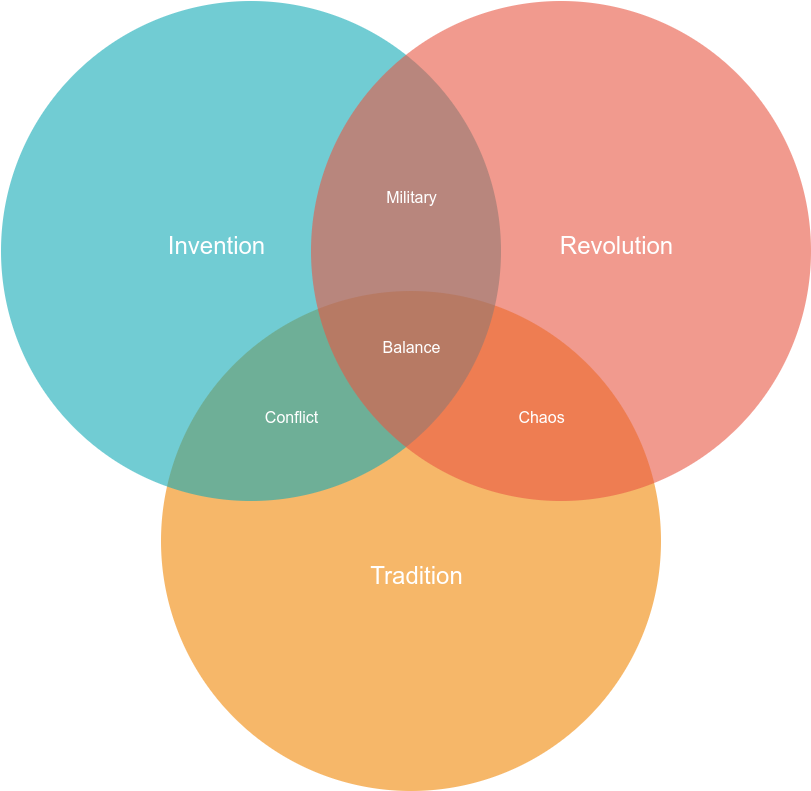
Earlier version of the draw.io export diagrams/computer_science_vs_math_vs_domain_expertise.drawio.png (ryndovaira-org/data_science_lectures). Source tidied: cells renumbered, new cells last; positions are measured from the earlier drawing's top-left corner, leaving out a move shared by most shapes. Source of this version:
```xml
<mxGraphModel>
  <root>
    <mxCell id="0" />
    <mxCell id="1" parent="0" />
    <mxCell id="2" style="ellipse;fillColor=#F08705;opacity=60;strokeColor=none;html=1;fontColor=#FFFFFF;" parent="1" vertex="1">
      <mxGeometry x="159.5" y="290.5" width="500" height="500" as="geometry" />
    </mxCell>
    <mxCell id="3" style="ellipse;fillColor=#12AAB5;opacity=60;strokeColor=none;html=1;fontColor=#FFFFFF;" parent="1" vertex="1">
      <mxGeometry x="-0.5" y="0.5" width="500" height="500" as="geometry" />
    </mxCell>
    <mxCell id="4" style="ellipse;fillColor=#e85642;opacity=60;strokeColor=none;html=1;fontColor=#FFFFFF;" parent="1" vertex="1">
      <mxGeometry x="309.5" y="0.5" width="500" height="500" as="geometry" />
    </mxCell>
    <mxCell id="5" value="Invention" style="text;fontSize=24;align=center;verticalAlign=middle;html=1;fontColor=#FFFFFF;" parent="1" vertex="1">
      <mxGeometry x="119.5" y="210.5" width="190" height="70" as="geometry" />
    </mxCell>
    <mxCell id="6" value="Revolution" style="text;fontSize=24;align=center;verticalAlign=middle;html=1;fontColor=#FFFFFF;" parent="1" vertex="1">
      <mxGeometry x="519.5" y="210.5" width="190" height="70" as="geometry" />
    </mxCell>
    <mxCell id="7" value="Tradition" style="text;fontSize=24;align=center;verticalAlign=middle;html=1;fontColor=#FFFFFF;" parent="1" vertex="1">
      <mxGeometry x="319.5" y="540.5" width="190" height="70" as="geometry" />
    </mxCell>
    <mxCell id="8" value="Military" style="text;align=center;html=1;fontColor=#FFFFFF;fontSize=16;" parent="1" vertex="1">
      <mxGeometry x="389.5" y="180.5" width="40" height="40" as="geometry" />
    </mxCell>
    <mxCell id="9" value="Conflict" style="text;align=center;html=1;fontColor=#FFFFFF;fontSize=16;" parent="1" vertex="1">
      <mxGeometry x="269.5" y="400.5" width="40" height="40" as="geometry" />
    </mxCell>
    <mxCell id="10" value="Chaos" style="text;align=center;html=1;fontColor=#FFFFFF;fontSize=16;" parent="1" vertex="1">
      <mxGeometry x="519.5" y="400.5" width="40" height="40" as="geometry" />
    </mxCell>
    <mxCell id="11" value="Balance" style="text;align=center;html=1;fontColor=#FFFFFF;fontSize=16;" parent="1" vertex="1">
      <mxGeometry x="389.5" y="330.5" width="40" height="40" as="geometry" />
    </mxCell>
  </root>
</mxGraphModel>
```
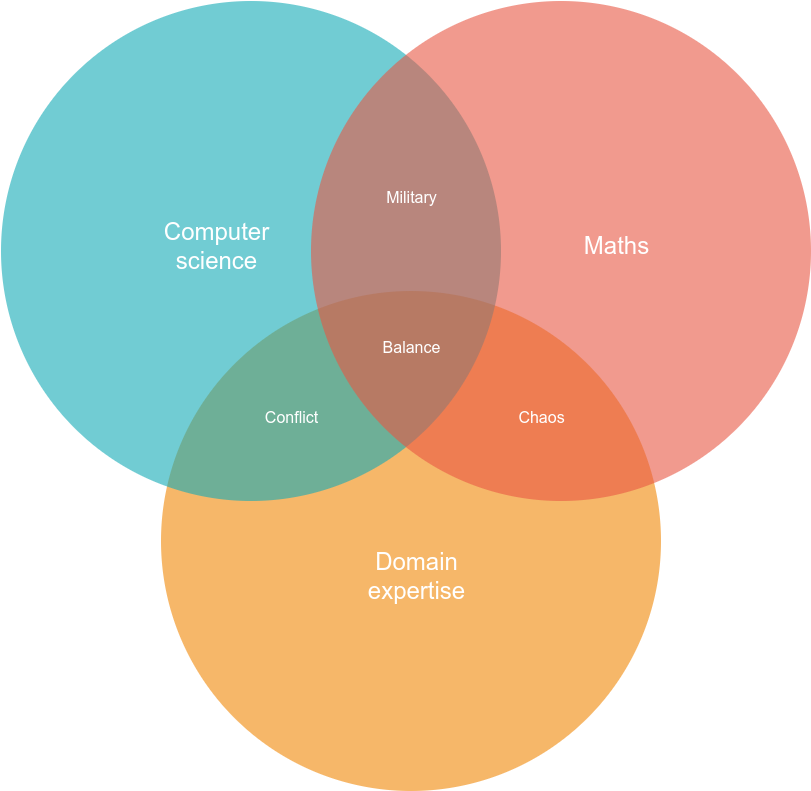
The same diagram one commit later.

The edit, as a diff of the source:
```diff
@@ -11,13 +11,13 @@
     <mxCell id="4" style="ellipse;fillColor=#e85642;opacity=60;strokeColor=none;html=1;fontColor=#FFFFFF;" parent="1" vertex="1">
       <mxGeometry x="309.5" y="0.5" width="500" height="500" as="geometry" />
     </mxCell>
-    <mxCell id="5" value="Invention" style="text;fontSize=24;align=center;verticalAlign=middle;html=1;fontColor=#FFFFFF;" parent="1" vertex="1">
+    <mxCell id="5" value="&lt;div&gt;Computer&lt;/div&gt;&lt;div&gt;science&lt;/div&gt;" style="text;fontSize=24;align=center;verticalAlign=middle;html=1;fontColor=#FFFFFF;" parent="1" vertex="1">
       <mxGeometry x="119.5" y="210.5" width="190" height="70" as="geometry" />
     </mxCell>
-    <mxCell id="6" value="Revolution" style="text;fontSize=24;align=center;verticalAlign=middle;html=1;fontColor=#FFFFFF;" parent="1" vertex="1">
+    <mxCell id="6" value="Maths" style="text;fontSize=24;align=center;verticalAlign=middle;html=1;fontColor=#FFFFFF;" parent="1" vertex="1">
       <mxGeometry x="519.5" y="210.5" width="190" height="70" as="geometry" />
     </mxCell>
-    <mxCell id="7" value="Tradition" style="text;fontSize=24;align=center;verticalAlign=middle;html=1;fontColor=#FFFFFF;" parent="1" vertex="1">
+    <mxCell id="7" value="&lt;div&gt;Domain&lt;/div&gt;&lt;div&gt;expertise&lt;/div&gt;" style="text;fontSize=24;align=center;verticalAlign=middle;html=1;fontColor=#FFFFFF;" parent="1" vertex="1">
       <mxGeometry x="319.5" y="540.5" width="190" height="70" as="geometry" />
     </mxCell>
     <mxCell id="8" value="Military" style="text;align=center;html=1;fontColor=#FFFFFF;fontSize=16;" parent="1" vertex="1">
```
